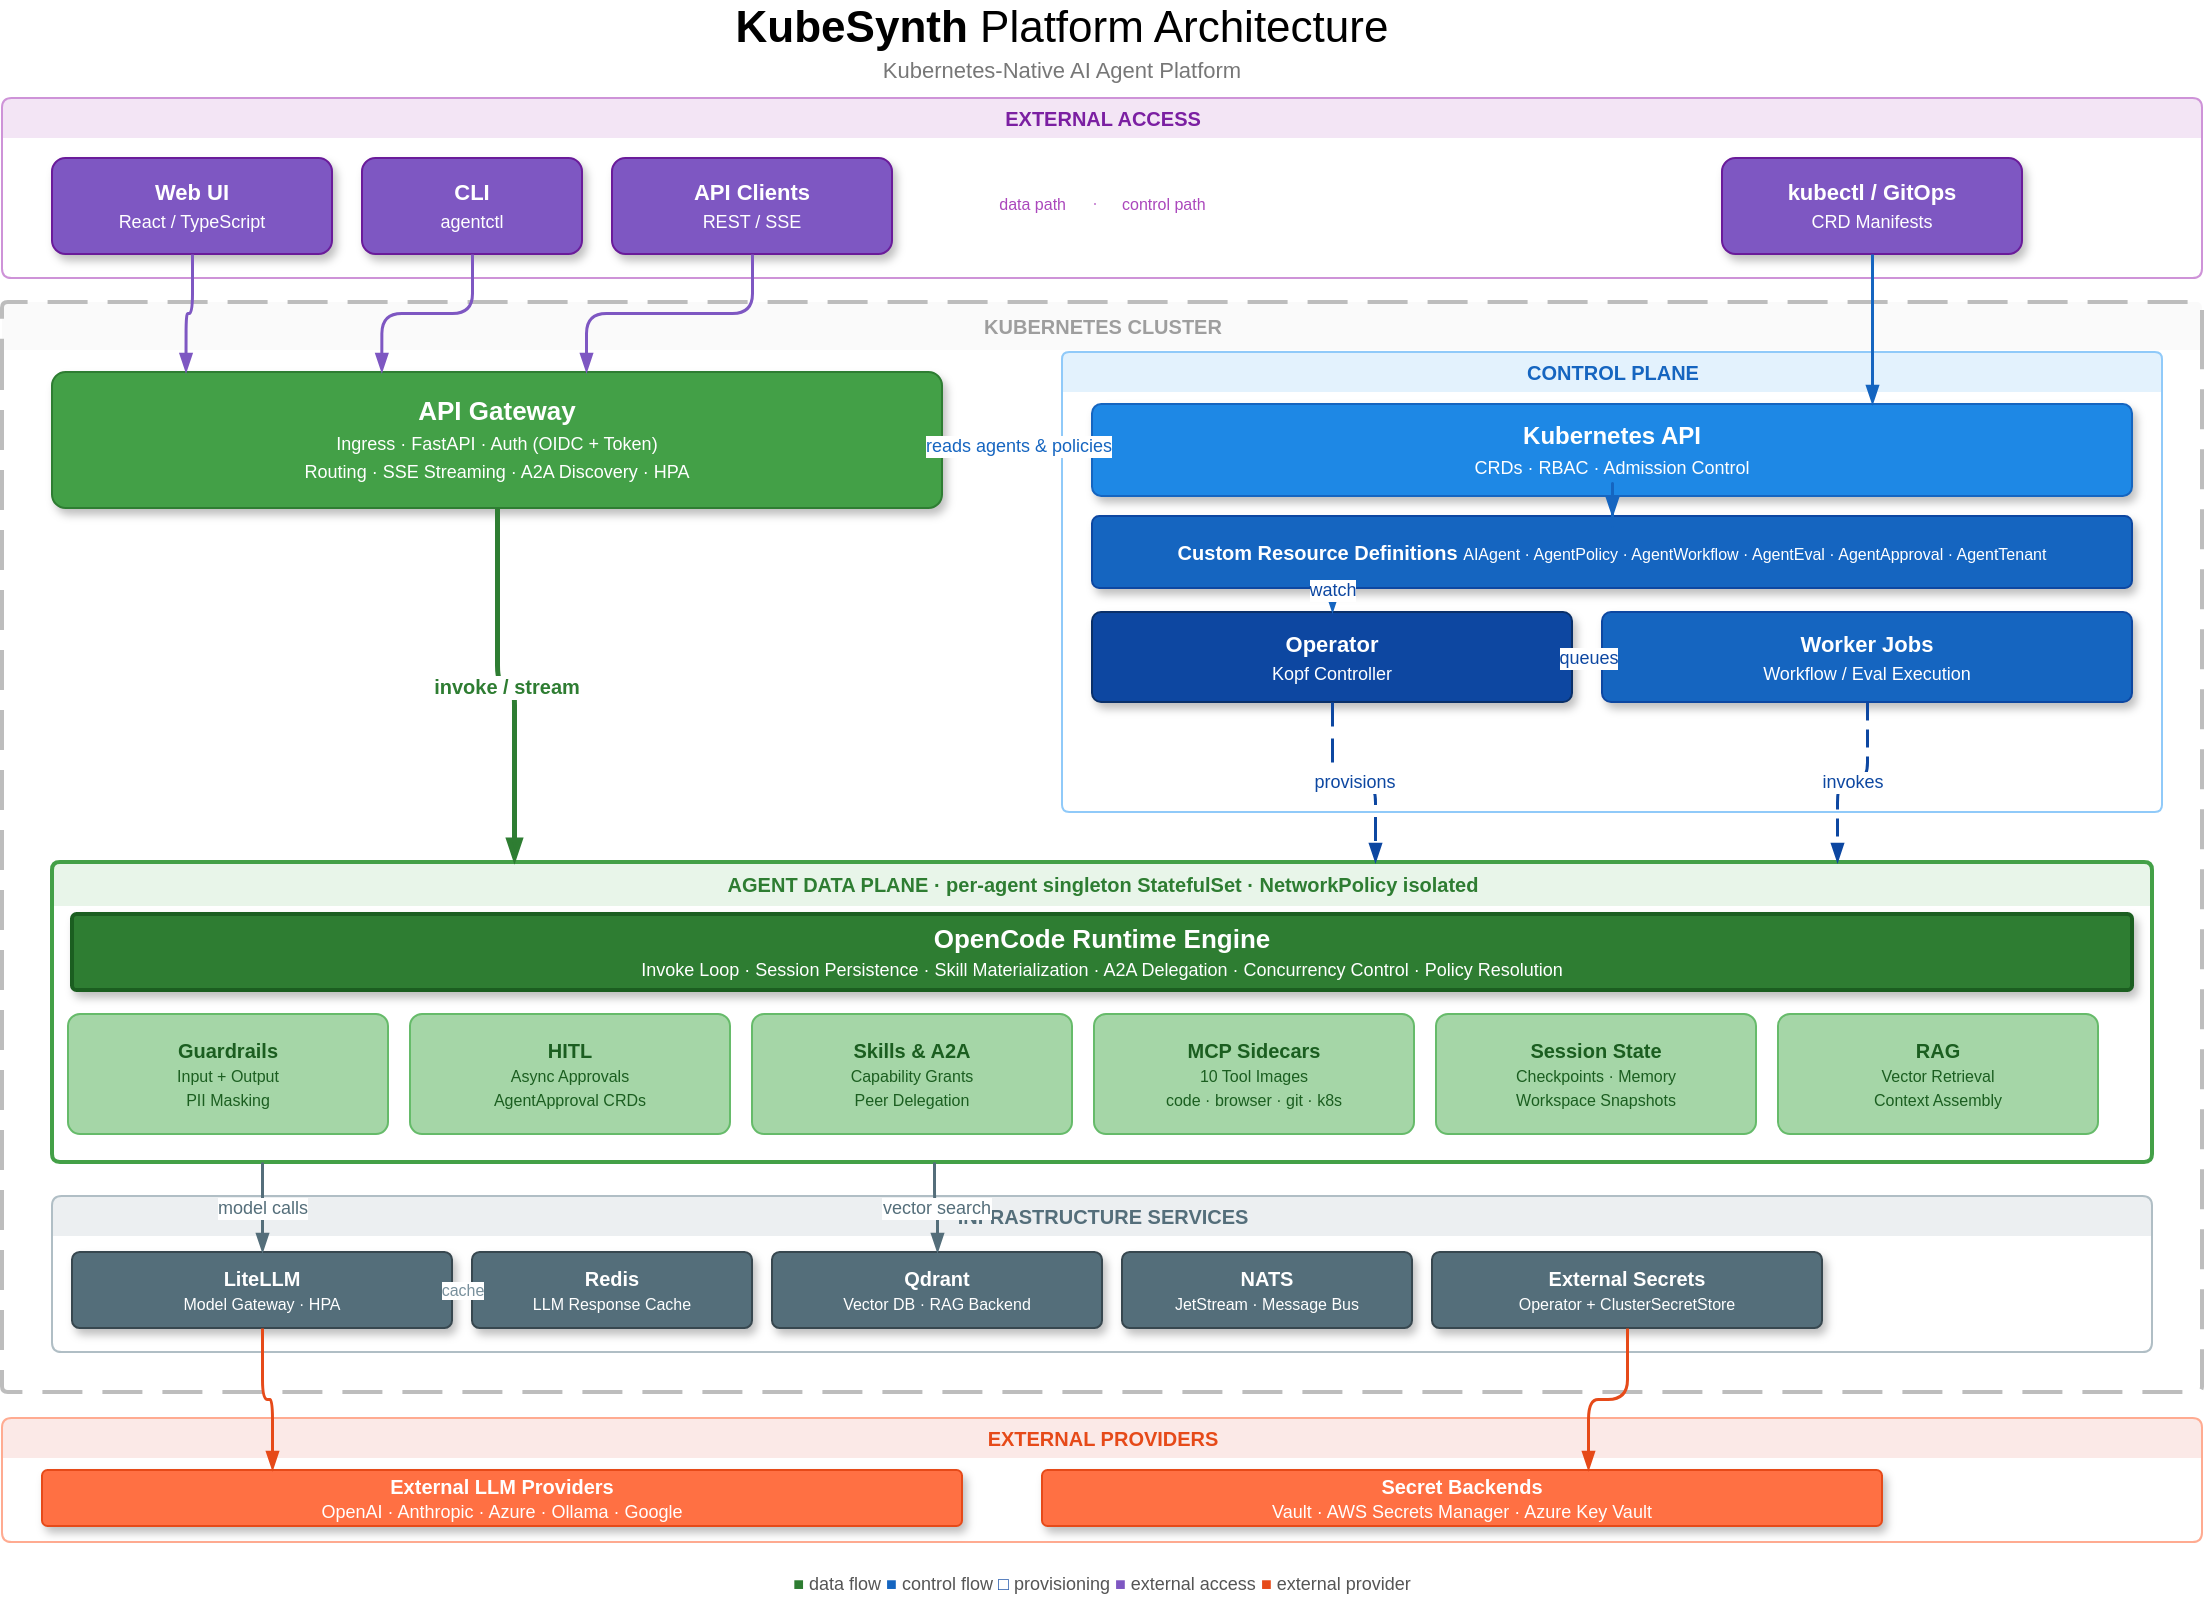
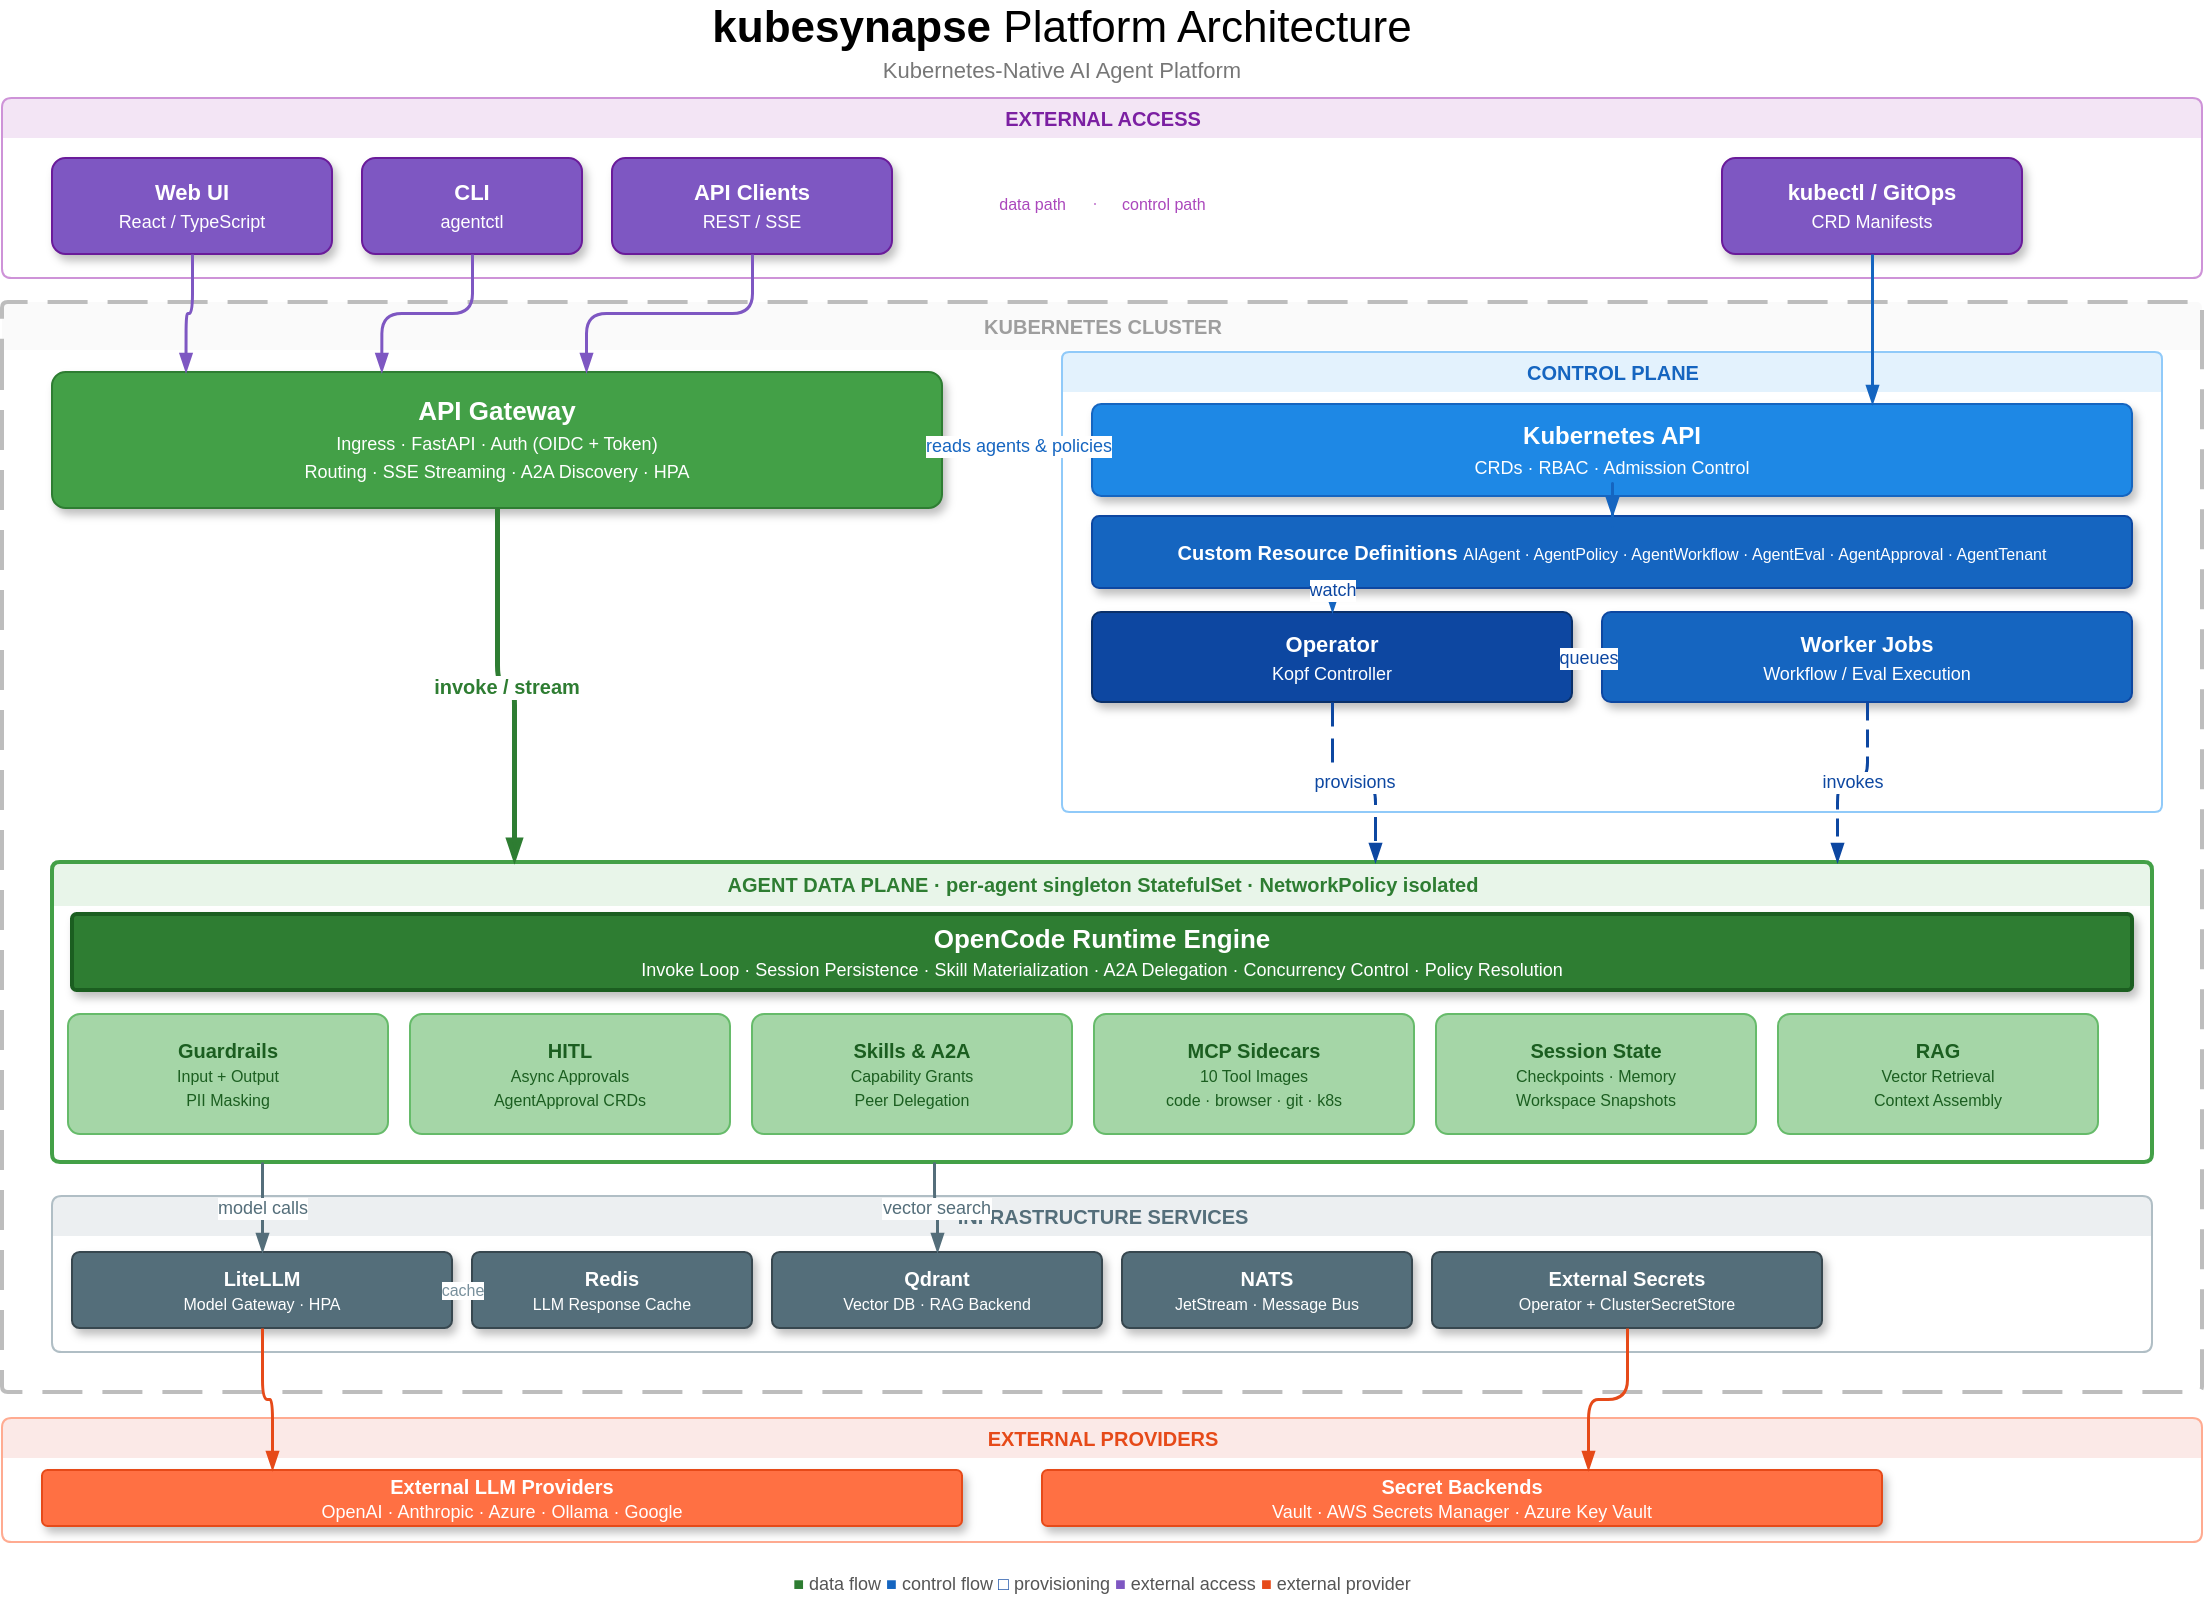
<mxfile host="Electron" agent="Mozilla/5.0 (Windows NT 10.0; Win64; x64) AppleWebKit/537.36 (KHTML, like Gecko) draw.io/29.6.6 Chrome/144.0.7559.236 Electron/40.8.4 Safari/537.36" version="29.6.6">
-   <diagram name="KubeSynth Architecture" id="kubesynth-arch">
+   <diagram name="kubesynapse Architecture" id="kubesynapse-arch">
    <mxGraphModel dx="1303" dy="834" grid="1" gridSize="10" guides="1" tooltips="1" connect="1" arrows="1" fold="1" page="1" pageScale="1" pageWidth="1250" pageHeight="850" math="0" shadow="0" adaptiveColors="auto">
      <root>
        <mxCell id="0" />
        <mxCell id="1" parent="0" />
-         <mxCell id="title" parent="1" style="text;html=1;align=center;verticalAlign=middle;whiteSpace=wrap;rounded=0;strokeColor=none;fillColor=none;" value="&lt;font style=&#39;font-size:22px&#39;&gt;&lt;b&gt;KubeSynth&lt;/b&gt; Platform Architecture&lt;/font&gt;&lt;br&gt;&lt;font style=&#39;font-size:11px;color:#777&#39;&gt;Kubernetes-Native AI Agent Platform&lt;/font&gt;" vertex="1">
+         <mxCell id="title" parent="1" style="text;html=1;align=center;verticalAlign=middle;whiteSpace=wrap;rounded=0;strokeColor=none;fillColor=none;" value="&lt;font style=&#39;font-size:22px&#39;&gt;&lt;b&gt;kubesynapse&lt;/b&gt; Platform Architecture&lt;/font&gt;&lt;br&gt;&lt;font style=&#39;font-size:11px;color:#777&#39;&gt;Kubernetes-Native AI Agent Platform&lt;/font&gt;" vertex="1">
          <mxGeometry height="40" width="560" x="300" y="10" as="geometry" />
        </mxCell>
        <mxCell id="ext_access" parent="1" style="swimlane;startSize=20;rounded=1;fillColor=#F3E5F5;strokeColor=#CE93D8;swimlaneLine=0;fontColor=#7B1FA2;fontSize=10;fontStyle=1;html=1;shadow=0;arcSize=8;" value="EXTERNAL ACCESS" vertex="1">
          <mxGeometry height="90" width="1100" x="50" y="58" as="geometry" />
        </mxCell>
        <mxCell id="web_ui" parent="ext_access" style="rounded=1;whiteSpace=wrap;html=1;fillColor=#7E57C2;strokeColor=#6A1B9A;fontColor=#FFFFFF;fontSize=11;shadow=1;arcSize=14;" value="&lt;b&gt;Web UI&lt;/b&gt;&lt;br&gt;&lt;font style=&#39;font-size:9px&#39;&gt;React / TypeScript&lt;/font&gt;" vertex="1">
          <mxGeometry height="48" width="140" x="25" y="30" as="geometry" />
        </mxCell>
        <mxCell id="cli_node" parent="ext_access" style="rounded=1;whiteSpace=wrap;html=1;fillColor=#7E57C2;strokeColor=#6A1B9A;fontColor=#FFFFFF;fontSize=11;shadow=1;arcSize=14;" value="&lt;b&gt;CLI&lt;/b&gt;&lt;br&gt;&lt;font style=&#39;font-size:9px&#39;&gt;agentctl&lt;/font&gt;" vertex="1">
          <mxGeometry height="48" width="110" x="180" y="30" as="geometry" />
        </mxCell>
        <mxCell id="api_clients" parent="ext_access" style="rounded=1;whiteSpace=wrap;html=1;fillColor=#7E57C2;strokeColor=#6A1B9A;fontColor=#FFFFFF;fontSize=11;shadow=1;arcSize=14;" value="&lt;b&gt;API Clients&lt;/b&gt;&lt;br&gt;&lt;font style=&#39;font-size:9px&#39;&gt;REST / SSE&lt;/font&gt;" vertex="1">
          <mxGeometry height="48" width="140" x="305" y="30" as="geometry" />
        </mxCell>
        <mxCell id="kubectl" parent="ext_access" style="rounded=1;whiteSpace=wrap;html=1;fillColor=#7E57C2;strokeColor=#6A1B9A;fontColor=#FFFFFF;fontSize=11;shadow=1;arcSize=14;" value="&lt;b&gt;kubectl / GitOps&lt;/b&gt;&lt;br&gt;&lt;font style=&#39;font-size:9px&#39;&gt;CRD Manifests&lt;/font&gt;" vertex="1">
          <mxGeometry height="48" width="150" x="860" y="30" as="geometry" />
        </mxCell>
        <mxCell id="sep_label_data" parent="ext_access" style="text;html=1;align=right;verticalAlign=middle;whiteSpace=wrap;strokeColor=none;fillColor=none;" value="&lt;font style=&#39;font-size:8px;color:#AB47BC&#39;&gt;data path&lt;/font&gt;" vertex="1">
          <mxGeometry height="20" width="72" x="462" y="42" as="geometry" />
        </mxCell>
        <mxCell id="sep_label_ctrl" parent="ext_access" style="text;html=1;align=left;verticalAlign=middle;whiteSpace=wrap;strokeColor=none;fillColor=none;" value="&lt;font style=&#39;font-size:8px;color:#AB47BC&#39;&gt;control path&lt;/font&gt;" vertex="1">
          <mxGeometry height="20" width="78" x="558" y="42" as="geometry" />
        </mxCell>
        <mxCell id="sep_divider" parent="ext_access" style="line;strokeColor=#CE93D8;strokeWidth=1;dashed=1;dashPattern=4 4;fillColor=none;" value="" vertex="1">
          <mxGeometry height="50" width="1" x="546" y="28" as="geometry" />
        </mxCell>
        <mxCell id="k8s_boundary" parent="1" style="swimlane;startSize=24;rounded=1;fillColor=#FAFAFA;strokeColor=#BDBDBD;swimlaneLine=0;fontColor=#9E9E9E;fontSize=10;fontStyle=1;html=1;shadow=0;arcSize=4;strokeWidth=2;dashed=1;dashPattern=10 5;" value="KUBERNETES CLUSTER" vertex="1">
          <mxGeometry height="545" width="1100" x="50" y="160" as="geometry">
            <mxRectangle height="30" width="160" x="50" y="160" as="alternateBounds" />
          </mxGeometry>
        </mxCell>
        <mxCell id="apigw" parent="k8s_boundary" style="rounded=1;whiteSpace=wrap;html=1;fillColor=#43A047;strokeColor=#2E7D32;fontColor=#FFFFFF;fontSize=12;shadow=1;arcSize=10;" value="&lt;b style=&#39;font-size:13px&#39;&gt;API Gateway&lt;/b&gt;&lt;br&gt;&lt;font style=&#39;font-size:9px&#39;&gt;Ingress · FastAPI · Auth (OIDC + Token)&lt;br&gt;Routing · SSE Streaming · A2A Discovery · HPA&lt;/font&gt;" vertex="1">
          <mxGeometry height="68" width="445" x="25" y="35" as="geometry" />
        </mxCell>
        <mxCell id="ctrl_plane" parent="k8s_boundary" style="swimlane;startSize=20;rounded=1;fillColor=#E3F2FD;strokeColor=#90CAF9;swimlaneLine=0;fontColor=#1565C0;fontSize=10;fontStyle=1;html=1;shadow=0;arcSize=6;" value="CONTROL PLANE" vertex="1">
          <mxGeometry height="230" width="550" x="530" y="25" as="geometry" />
        </mxCell>
        <mxCell id="k8s_api" parent="ctrl_plane" style="rounded=1;whiteSpace=wrap;html=1;fillColor=#1E88E5;strokeColor=#1565C0;fontColor=#FFFFFF;fontSize=12;shadow=1;arcSize=10;" value="&lt;b&gt;Kubernetes API&lt;/b&gt;&lt;br&gt;&lt;font style=&#39;font-size:9px&#39;&gt;CRDs · RBAC · Admission Control&lt;/font&gt;" vertex="1">
          <mxGeometry height="46" width="520" x="15" y="26" as="geometry" />
        </mxCell>
        <mxCell id="crds" parent="ctrl_plane" style="rounded=1;whiteSpace=wrap;html=1;fillColor=#1565C0;strokeColor=#0D47A1;fontColor=#FFFFFF;fontSize=10;shadow=1;arcSize=10;" value="&lt;b&gt;Custom Resource Definitions&lt;/b&gt;  &lt;font style=&#39;font-size:8px&#39;&gt;AIAgent · AgentPolicy · AgentWorkflow · AgentEval · AgentApproval · AgentTenant&lt;/font&gt;" vertex="1">
          <mxGeometry height="36" width="520" x="15" y="82" as="geometry" />
        </mxCell>
        <mxCell id="operator" parent="ctrl_plane" style="rounded=1;whiteSpace=wrap;html=1;fillColor=#0D47A1;strokeColor=#0A3069;fontColor=#FFFFFF;fontSize=11;shadow=1;arcSize=10;" value="&lt;b&gt;Operator&lt;/b&gt;&lt;br&gt;&lt;font style=&#39;font-size:9px&#39;&gt;Kopf Controller&lt;/font&gt;" vertex="1">
          <mxGeometry height="45" width="240" x="15" y="130" as="geometry" />
        </mxCell>
        <mxCell id="workers" parent="ctrl_plane" style="rounded=1;whiteSpace=wrap;html=1;fillColor=#1565C0;strokeColor=#0D47A1;fontColor=#FFFFFF;fontSize=11;shadow=1;arcSize=10;" value="&lt;b&gt;Worker Jobs&lt;/b&gt;&lt;br&gt;&lt;font style=&#39;font-size:9px&#39;&gt;Workflow / Eval Execution&lt;/font&gt;" vertex="1">
          <mxGeometry height="45" width="265" x="270" y="130" as="geometry" />
        </mxCell>
        <mxCell id="data_plane" parent="k8s_boundary" style="swimlane;startSize=22;rounded=1;fillColor=#E8F5E9;strokeColor=#43A047;swimlaneLine=0;fontColor=#2E7D32;fontSize=10;fontStyle=1;html=1;shadow=0;arcSize=6;strokeWidth=2;" value="AGENT DATA PLANE  ·  per-agent singleton StatefulSet  ·  NetworkPolicy isolated" vertex="1">
          <mxGeometry height="150" width="1050" x="25" y="280" as="geometry" />
        </mxCell>
        <mxCell id="runtime" parent="data_plane" style="rounded=1;whiteSpace=wrap;html=1;fillColor=#2E7D32;strokeColor=#1B5E20;fontColor=#FFFFFF;fontSize=12;shadow=1;arcSize=6;strokeWidth=2;" value="&lt;b style=&#39;font-size:13px&#39;&gt;OpenCode Runtime Engine&lt;/b&gt;&lt;br&gt;&lt;font style=&#39;font-size:9px&#39;&gt;Invoke Loop · Session Persistence · Skill Materialization · A2A Delegation · Concurrency Control · Policy Resolution&lt;/font&gt;" vertex="1">
          <mxGeometry height="38" width="1030" x="10" y="26" as="geometry" />
        </mxCell>
        <mxCell id="guardrails" parent="data_plane" style="rounded=1;whiteSpace=wrap;html=1;fillColor=#A5D6A7;strokeColor=#66BB6A;fontColor=#1B5E20;fontSize=10;arcSize=10;" value="&lt;b&gt;Guardrails&lt;/b&gt;&lt;br&gt;&lt;font style=&#39;font-size:8px&#39;&gt;Input + Output&lt;br&gt;PII Masking&lt;/font&gt;" vertex="1">
          <mxGeometry height="60" width="160" x="8" y="76" as="geometry" />
        </mxCell>
        <mxCell id="hitl" parent="data_plane" style="rounded=1;whiteSpace=wrap;html=1;fillColor=#A5D6A7;strokeColor=#66BB6A;fontColor=#1B5E20;fontSize=10;arcSize=10;" value="&lt;b&gt;HITL&lt;/b&gt;&lt;br&gt;&lt;font style=&#39;font-size:8px&#39;&gt;Async Approvals&lt;br&gt;AgentApproval CRDs&lt;/font&gt;" vertex="1">
          <mxGeometry height="60" width="160" x="179" y="76" as="geometry" />
        </mxCell>
        <mxCell id="skills" parent="data_plane" style="rounded=1;whiteSpace=wrap;html=1;fillColor=#A5D6A7;strokeColor=#66BB6A;fontColor=#1B5E20;fontSize=10;arcSize=10;" value="&lt;b&gt;Skills &amp;amp; A2A&lt;/b&gt;&lt;br&gt;&lt;font style=&#39;font-size:8px&#39;&gt;Capability Grants&lt;br&gt;Peer Delegation&lt;/font&gt;" vertex="1">
          <mxGeometry height="60" width="160" x="350" y="76" as="geometry" />
        </mxCell>
        <mxCell id="mcp_sidecars" parent="data_plane" style="rounded=1;whiteSpace=wrap;html=1;fillColor=#A5D6A7;strokeColor=#66BB6A;fontColor=#1B5E20;fontSize=10;arcSize=10;" value="&lt;b&gt;MCP Sidecars&lt;/b&gt;&lt;br&gt;&lt;font style=&#39;font-size:8px&#39;&gt;10 Tool Images&lt;br&gt;code · browser · git · k8s&lt;/font&gt;" vertex="1">
          <mxGeometry height="60" width="160" x="521" y="76" as="geometry" />
        </mxCell>
        <mxCell id="session_pvc" parent="data_plane" style="rounded=1;whiteSpace=wrap;html=1;fillColor=#A5D6A7;strokeColor=#66BB6A;fontColor=#1B5E20;fontSize=10;arcSize=10;" value="&lt;b&gt;Session State&lt;/b&gt;&lt;br&gt;&lt;font style=&#39;font-size:8px&#39;&gt;Checkpoints · Memory&lt;br&gt;Workspace Snapshots&lt;/font&gt;" vertex="1">
          <mxGeometry height="60" width="160" x="692" y="76" as="geometry" />
        </mxCell>
        <mxCell id="rag" parent="data_plane" style="rounded=1;whiteSpace=wrap;html=1;fillColor=#A5D6A7;strokeColor=#66BB6A;fontColor=#1B5E20;fontSize=10;arcSize=10;" value="&lt;b&gt;RAG&lt;/b&gt;&lt;br&gt;&lt;font style=&#39;font-size:8px&#39;&gt;Vector Retrieval&lt;br&gt;Context Assembly&lt;/font&gt;" vertex="1">
          <mxGeometry height="60" width="160" x="863" y="76" as="geometry" />
        </mxCell>
        <mxCell id="infra" parent="k8s_boundary" style="swimlane;startSize=20;rounded=1;fillColor=#ECEFF1;strokeColor=#B0BEC5;swimlaneLine=0;fontColor=#546E7A;fontSize=10;fontStyle=1;html=1;shadow=0;arcSize=8;" value="INFRASTRUCTURE SERVICES" vertex="1">
          <mxGeometry height="78" width="1050" x="25" y="447" as="geometry" />
        </mxCell>
        <mxCell id="litellm" parent="infra" style="rounded=1;whiteSpace=wrap;html=1;fillColor=#546E7A;strokeColor=#37474F;fontColor=#FFFFFF;fontSize=10;shadow=1;arcSize=10;" value="&lt;b&gt;LiteLLM&lt;/b&gt;&lt;br&gt;&lt;font style=&#39;font-size:8px&#39;&gt;Model Gateway · HPA&lt;/font&gt;" vertex="1">
          <mxGeometry height="38" width="190" x="10" y="28" as="geometry" />
        </mxCell>
        <mxCell id="redis" parent="infra" style="rounded=1;whiteSpace=wrap;html=1;fillColor=#546E7A;strokeColor=#37474F;fontColor=#FFFFFF;fontSize=10;shadow=1;arcSize=10;" value="&lt;b&gt;Redis&lt;/b&gt;&lt;br&gt;&lt;font style=&#39;font-size:8px&#39;&gt;LLM Response Cache&lt;/font&gt;" vertex="1">
          <mxGeometry height="38" width="140" x="210" y="28" as="geometry" />
        </mxCell>
        <mxCell id="qdrant" parent="infra" style="rounded=1;whiteSpace=wrap;html=1;fillColor=#546E7A;strokeColor=#37474F;fontColor=#FFFFFF;fontSize=10;shadow=1;arcSize=10;" value="&lt;b&gt;Qdrant&lt;/b&gt;&lt;br&gt;&lt;font style=&#39;font-size:8px&#39;&gt;Vector DB · RAG Backend&lt;/font&gt;" vertex="1">
          <mxGeometry height="38" width="165" x="360" y="28" as="geometry" />
        </mxCell>
        <mxCell id="nats" parent="infra" style="rounded=1;whiteSpace=wrap;html=1;fillColor=#546E7A;strokeColor=#37474F;fontColor=#FFFFFF;fontSize=10;shadow=1;arcSize=10;" value="&lt;b&gt;NATS&lt;/b&gt;&lt;br&gt;&lt;font style=&#39;font-size:8px&#39;&gt;JetStream · Message Bus&lt;/font&gt;" vertex="1">
          <mxGeometry height="38" width="145" x="535" y="28" as="geometry" />
        </mxCell>
        <mxCell id="ext_secrets" parent="infra" style="rounded=1;whiteSpace=wrap;html=1;fillColor=#546E7A;strokeColor=#37474F;fontColor=#FFFFFF;fontSize=10;shadow=1;arcSize=10;" value="&lt;b&gt;External Secrets&lt;/b&gt;&lt;br&gt;&lt;font style=&#39;font-size:8px&#39;&gt;Operator + ClusterSecretStore&lt;/font&gt;" vertex="1">
          <mxGeometry height="38" width="195" x="690" y="28" as="geometry" />
        </mxCell>
        <mxCell id="ext_providers" parent="1" style="swimlane;startSize=20;rounded=1;fillColor=#FBE9E7;strokeColor=#FFAB91;swimlaneLine=0;fontColor=#E64A19;fontSize=10;fontStyle=1;html=1;shadow=0;arcSize=8;" value="EXTERNAL PROVIDERS" vertex="1">
          <mxGeometry height="62" width="1100" x="50" y="718" as="geometry" />
        </mxCell>
        <mxCell id="llm_providers" parent="ext_providers" style="rounded=1;whiteSpace=wrap;html=1;fillColor=#FF7043;strokeColor=#E64A19;fontColor=#FFFFFF;fontSize=10;shadow=1;arcSize=10;" value="&lt;b&gt;External LLM Providers&lt;/b&gt;&lt;br&gt;&lt;font style=&#39;font-size:9px&#39;&gt;OpenAI · Anthropic · Azure · Ollama · Google&lt;/font&gt;" vertex="1">
          <mxGeometry height="28" width="460" x="20" y="26" as="geometry" />
        </mxCell>
        <mxCell id="secret_stores" parent="ext_providers" style="rounded=1;whiteSpace=wrap;html=1;fillColor=#FF7043;strokeColor=#E64A19;fontColor=#FFFFFF;fontSize=10;shadow=1;arcSize=10;" value="&lt;b&gt;Secret Backends&lt;/b&gt;&lt;br&gt;&lt;font style=&#39;font-size:9px&#39;&gt;Vault · AWS Secrets Manager · Azure Key Vault&lt;/font&gt;" vertex="1">
          <mxGeometry height="28" width="420" x="520" y="26" as="geometry" />
        </mxCell>
        <mxCell id="legend" parent="1" style="text;html=1;align=center;verticalAlign=middle;whiteSpace=wrap;strokeColor=none;fillColor=none;fontSize=9;" value="&lt;font style=&#39;font-size:9px;color:#555&#39;&gt;&lt;font color=&#39;#2E7D32&#39;&gt;■&lt;/font&gt; data flow    &lt;font color=&#39;#1565C0&#39;&gt;■&lt;/font&gt; control flow    &lt;font color=&#39;#0D47A1&#39;&gt;□&lt;/font&gt; provisioning    &lt;font color=&#39;#7E57C2&#39;&gt;■&lt;/font&gt; external access    &lt;font color=&#39;#E64A19&#39;&gt;■&lt;/font&gt; external provider&lt;/font&gt;" vertex="1">
          <mxGeometry height="22" width="1100" x="50" y="790" as="geometry" />
        </mxCell>
        <mxCell id="e_ui_gw" edge="1" parent="1" source="web_ui" style="edgeStyle=orthogonalEdgeStyle;rounded=1;orthogonalLoop=1;jettySize=auto;html=1;strokeColor=#7E57C2;strokeWidth=1.5;endArrow=blockThin;endFill=1;exitX=0.5;exitY=1;exitDx=0;exitDy=0;entryX=0.15;entryY=0;entryDx=0;entryDy=0;" target="apigw">
          <mxGeometry relative="1" as="geometry" />
        </mxCell>
        <mxCell id="e_cli_gw" edge="1" parent="1" source="cli_node" style="edgeStyle=orthogonalEdgeStyle;rounded=1;orthogonalLoop=1;jettySize=auto;html=1;strokeColor=#7E57C2;strokeWidth=1.5;endArrow=blockThin;endFill=1;exitX=0.5;exitY=1;exitDx=0;exitDy=0;entryX=0.37;entryY=0;entryDx=0;entryDy=0;" target="apigw">
          <mxGeometry relative="1" as="geometry" />
        </mxCell>
        <mxCell id="e_api_gw" edge="1" parent="1" source="api_clients" style="edgeStyle=orthogonalEdgeStyle;rounded=1;orthogonalLoop=1;jettySize=auto;html=1;strokeColor=#7E57C2;strokeWidth=1.5;endArrow=blockThin;endFill=1;exitX=0.5;exitY=1;exitDx=0;exitDy=0;entryX=0.6;entryY=0;entryDx=0;entryDy=0;" target="apigw">
          <mxGeometry relative="1" as="geometry" />
        </mxCell>
        <mxCell id="e_kubectl_k8s" edge="1" parent="1" source="kubectl" style="edgeStyle=orthogonalEdgeStyle;rounded=1;orthogonalLoop=1;jettySize=auto;html=1;strokeColor=#1565C0;strokeWidth=1.5;endArrow=blockThin;endFill=1;exitX=0.5;exitY=1;exitDx=0;exitDy=0;entryX=0.75;entryY=0;entryDx=0;entryDy=0;" target="k8s_api">
          <mxGeometry relative="1" as="geometry" />
        </mxCell>
        <mxCell id="e_gw_k8s" edge="1" parent="1" source="apigw" style="edgeStyle=orthogonalEdgeStyle;rounded=1;orthogonalLoop=1;jettySize=auto;html=1;strokeColor=#90CAF9;strokeWidth=1.5;fontSize=9;fontColor=#1565C0;dashed=1;dashPattern=8 4;endArrow=blockThin;endFill=1;exitX=1;exitY=0.5;exitDx=0;exitDy=0;entryX=0;entryY=0.5;entryDx=0;entryDy=0;" target="k8s_api" value="reads agents &amp;amp; policies">
          <mxGeometry relative="1" as="geometry" />
        </mxCell>
        <mxCell id="e_gw_dp" edge="1" parent="1" source="apigw" style="edgeStyle=orthogonalEdgeStyle;rounded=1;orthogonalLoop=1;jettySize=auto;html=1;strokeColor=#2E7D32;strokeWidth=2.5;fontSize=10;fontColor=#2E7D32;endArrow=blockThin;endFill=1;exitX=0.5;exitY=1;exitDx=0;exitDy=0;entryX=0.22;entryY=0;entryDx=0;entryDy=0;" target="data_plane" value="&lt;b&gt;invoke / stream&lt;/b&gt;">
          <mxGeometry relative="1" as="geometry" />
        </mxCell>
        <mxCell id="e_k8s_crds" edge="1" parent="1" source="k8s_api" style="edgeStyle=orthogonalEdgeStyle;rounded=1;orthogonalLoop=1;jettySize=auto;html=1;strokeColor=#1565C0;strokeWidth=1.5;endArrow=blockThin;endFill=1;" target="crds">
          <mxGeometry relative="1" as="geometry" />
        </mxCell>
        <mxCell id="e_crds_op" edge="1" parent="1" source="crds" style="edgeStyle=orthogonalEdgeStyle;rounded=1;orthogonalLoop=1;jettySize=auto;html=1;strokeColor=#1565C0;strokeWidth=1.5;fontSize=9;fontColor=#0D47A1;endArrow=blockThin;endFill=1;exitX=0.25;exitY=1;exitDx=0;exitDy=0;entryX=0.5;entryY=0;entryDx=0;entryDy=0;" target="operator" value="watch">
          <mxGeometry relative="1" as="geometry" />
        </mxCell>
        <mxCell id="e_op_workers" edge="1" parent="1" source="operator" style="edgeStyle=orthogonalEdgeStyle;rounded=1;orthogonalLoop=1;jettySize=auto;html=1;strokeColor=#1565C0;strokeWidth=1.5;fontSize=9;fontColor=#0D47A1;endArrow=blockThin;endFill=1;exitX=1;exitY=0.5;exitDx=0;exitDy=0;entryX=0;entryY=0.5;entryDx=0;entryDy=0;" target="workers" value="queues">
          <mxGeometry relative="1" as="geometry" />
        </mxCell>
        <mxCell id="e_op_dp" edge="1" parent="1" source="operator" style="edgeStyle=orthogonalEdgeStyle;rounded=1;orthogonalLoop=1;jettySize=auto;html=1;strokeColor=#0D47A1;strokeWidth=1.5;fontSize=9;fontColor=#0D47A1;dashed=1;dashPattern=8 4;endArrow=blockThin;endFill=1;exitX=0.5;exitY=1;exitDx=0;exitDy=0;entryX=0.63;entryY=0;entryDx=0;entryDy=0;" target="data_plane" value="provisions">
          <mxGeometry relative="1" as="geometry" />
        </mxCell>
        <mxCell id="e_workers_dp" edge="1" parent="1" source="workers" style="edgeStyle=orthogonalEdgeStyle;rounded=1;orthogonalLoop=1;jettySize=auto;html=1;strokeColor=#0D47A1;strokeWidth=1.5;fontSize=9;fontColor=#0D47A1;dashed=1;dashPattern=6 3;endArrow=blockThin;endFill=1;exitX=0.5;exitY=1;exitDx=0;exitDy=0;entryX=0.85;entryY=0;entryDx=0;entryDy=0;" target="data_plane" value="invokes">
          <mxGeometry relative="1" as="geometry" />
        </mxCell>
        <mxCell id="e_dp_litellm" edge="1" parent="1" source="data_plane" style="edgeStyle=orthogonalEdgeStyle;rounded=1;orthogonalLoop=1;jettySize=auto;html=1;strokeColor=#546E7A;strokeWidth=1.5;fontSize=9;fontColor=#546E7A;endArrow=blockThin;endFill=1;exitX=0.1;exitY=1;exitDx=0;exitDy=0;entryX=0.5;entryY=0;entryDx=0;entryDy=0;" target="litellm" value="model calls">
          <mxGeometry relative="1" as="geometry" />
        </mxCell>
        <mxCell id="e_dp_qdrant" edge="1" parent="1" source="data_plane" style="edgeStyle=orthogonalEdgeStyle;rounded=1;orthogonalLoop=1;jettySize=auto;html=1;strokeColor=#546E7A;strokeWidth=1.5;fontSize=9;fontColor=#546E7A;endArrow=blockThin;endFill=1;exitX=0.42;exitY=1;exitDx=0;exitDy=0;entryX=0.5;entryY=0;entryDx=0;entryDy=0;" target="qdrant" value="vector search">
          <mxGeometry relative="1" as="geometry" />
        </mxCell>
        <mxCell id="e_litellm_redis" edge="1" parent="1" source="litellm" style="edgeStyle=orthogonalEdgeStyle;rounded=1;orthogonalLoop=1;jettySize=auto;html=1;strokeColor=#78909C;strokeWidth=1;fontSize=8;fontColor=#78909C;endArrow=blockThin;endFill=1;exitX=1;exitY=0.5;exitDx=0;exitDy=0;entryX=0;entryY=0.5;entryDx=0;entryDy=0;" target="redis" value="cache">
          <mxGeometry relative="1" as="geometry" />
        </mxCell>
        <mxCell id="e_litellm_llm" edge="1" parent="1" source="litellm" style="edgeStyle=orthogonalEdgeStyle;rounded=1;orthogonalLoop=1;jettySize=auto;html=1;strokeColor=#E64A19;strokeWidth=1.5;endArrow=blockThin;endFill=1;exitX=0.5;exitY=1;exitDx=0;exitDy=0;entryX=0.25;entryY=0;entryDx=0;entryDy=0;" target="llm_providers">
          <mxGeometry relative="1" as="geometry" />
        </mxCell>
        <mxCell id="e_extsec_stores" edge="1" parent="1" source="ext_secrets" style="edgeStyle=orthogonalEdgeStyle;rounded=1;orthogonalLoop=1;jettySize=auto;html=1;strokeColor=#E64A19;strokeWidth=1.5;endArrow=blockThin;endFill=1;exitX=0.5;exitY=1;exitDx=0;exitDy=0;entryX=0.65;entryY=0;entryDx=0;entryDy=0;" target="secret_stores">
          <mxGeometry relative="1" as="geometry" />
        </mxCell>
      </root>
    </mxGraphModel>
  </diagram>
</mxfile>
